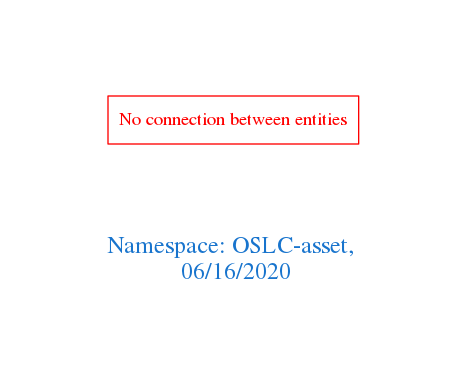
This is downloads/OSLC-asset.png from arago/OGIT, a Graphviz export, as it was before one commit. Its source is kept beside it as downloads/OSLC-asset.dot.
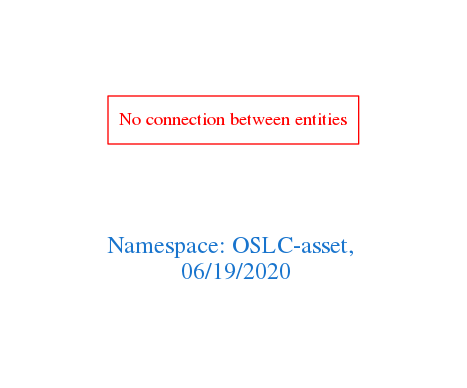
Above is the later version.

Change to the diagram source:
```diff
@@ -1,7 +1,7 @@
 digraph OGIT_ontology {
  graph [ rankdir= LR,pad=1
 fontsize = 18,
-fontcolor= dodgerblue3,label = "\n\n\nNamespace: OSLC-asset, \n 06/16/2020"];
+fontcolor= dodgerblue3,label = "\n\n\nNamespace: OSLC-asset, \n 06/19/2020"];
 node[shape=polygon];
 edge [  color="gray81"];
 
```
